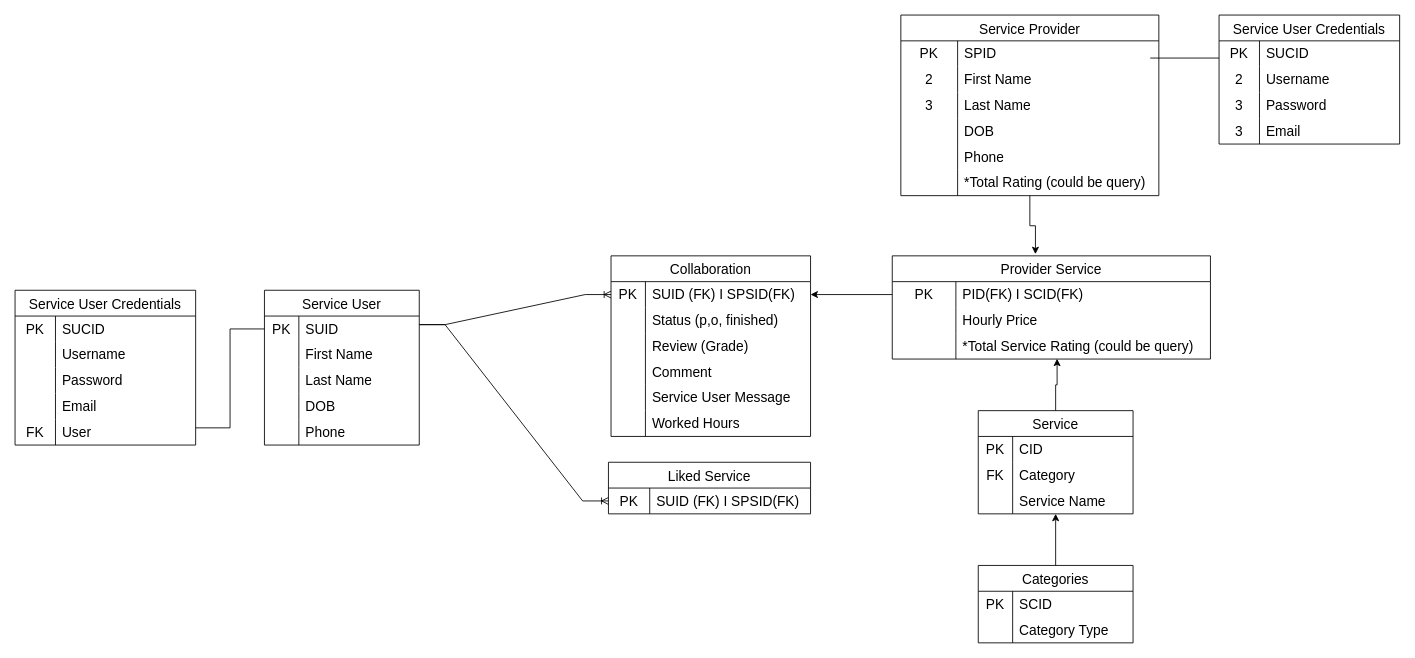
Earlier version of the draw.io diagram Inwousluga.drawio (AndNijaz/Inwobill). Source tidied: cells renumbered, new cells numbered last; positions are measured from the earlier drawing's top-left corner, leaving out a move shared by most shapes. Both pictures are drawn from the tidied source at 86%, with x=0, y=0 at pixel (15, 15).
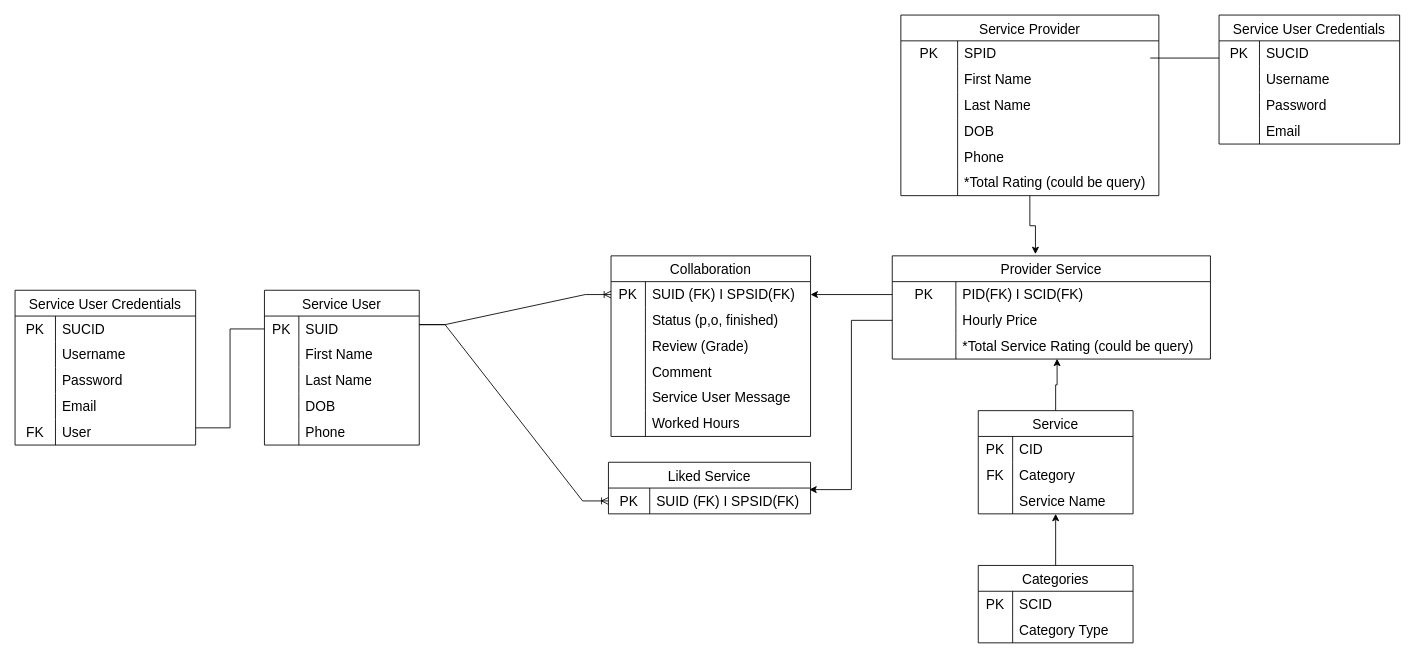
After the change.

Unchanged cells that the change refers to:
```xml
<mxCell id="22" style="shape=tableRow;horizontal=0;startSize=0;swimlaneHead=0;swimlaneBody=0;top=0;left=0;bottom=0;right=0;fillColor=none;strokeColor=inherit;fontSize=16;" parent="18" vertex="1">
  <mxGeometry y="60" width="300" height="30" as="geometry" />
</mxCell>
<mxCell id="25" style="shape=tableRow;horizontal=0;startSize=0;swimlaneHead=0;swimlaneBody=0;top=0;left=0;bottom=0;right=0;fillColor=none;strokeColor=inherit;fontSize=16;" parent="18" vertex="1">
  <mxGeometry y="90" width="300" height="30" as="geometry" />
</mxCell>
<mxCell id="48" style="shape=tableRow;horizontal=0;startSize=0;swimlaneHead=0;swimlaneBody=0;top=0;left=0;bottom=0;right=0;fillColor=none;points=[[0,0.5],[1,0.5]];portConstraint=eastwest;strokeColor=inherit;fontSize=16;" parent="44" vertex="1">
  <mxGeometry y="60" width="370" height="30" as="geometry" />
</mxCell>
<mxCell id="56" style="shape=tableRow;horizontal=0;startSize=0;swimlaneHead=0;swimlaneBody=0;top=0;left=0;bottom=0;right=0;fillColor=none;points=[[0,0.5],[1,0.5]];portConstraint=eastwest;strokeColor=inherit;fontSize=16;" parent="55" vertex="1">
  <mxGeometry y="30" width="235" height="30" as="geometry" />
</mxCell>
<mxCell id="109" style="shape=tableRow;horizontal=0;startSize=0;swimlaneHead=0;swimlaneBody=0;top=0;left=0;bottom=0;right=0;fillColor=none;strokeColor=inherit;fontSize=16;" parent="105" vertex="1">
  <mxGeometry y="60" width="210" height="30" as="geometry" />
</mxCell>
<mxCell id="112" style="shape=tableRow;horizontal=0;startSize=0;swimlaneHead=0;swimlaneBody=0;top=0;left=0;bottom=0;right=0;fillColor=none;strokeColor=inherit;fontSize=16;" parent="105" vertex="1">
  <mxGeometry y="90" width="210" height="30" as="geometry" />
</mxCell>
<mxCell id="115" style="shape=tableRow;horizontal=0;startSize=0;swimlaneHead=0;swimlaneBody=0;top=0;left=0;bottom=0;right=0;fillColor=none;strokeColor=inherit;fontSize=16;" parent="105" vertex="1">
  <mxGeometry y="120" width="210" height="30" as="geometry" />
</mxCell>
```

The edit, as a diff of the source:
```diff
@@
-    <mxCell id="23" value="2" style="shape=partialRectangle;html=1;whiteSpace=wrap;fillColor=none;top=0;left=0;bottom=0;right=0;overflow=hidden;strokeColor=inherit;fontSize=16;" parent="22" vertex="1">
+    <mxCell id="23" style="shape=partialRectangle;html=1;whiteSpace=wrap;fillColor=none;top=0;left=0;bottom=0;right=0;overflow=hidden;strokeColor=inherit;fontSize=16;" parent="22" vertex="1">
       <mxGeometry width="66" height="30" as="geometry" />
     </mxCell>
@@
-    <mxCell id="26" value="3" style="shape=partialRectangle;html=1;whiteSpace=wrap;fillColor=none;top=0;left=0;bottom=0;right=0;overflow=hidden;strokeColor=inherit;fontSize=16;" parent="25" vertex="1">
+    <mxCell id="26" style="shape=partialRectangle;html=1;whiteSpace=wrap;fillColor=none;top=0;left=0;bottom=0;right=0;overflow=hidden;strokeColor=inherit;fontSize=16;" parent="25" vertex="1">
       <mxGeometry width="66" height="30" as="geometry" />
     </mxCell>
@@
-    <mxCell id="110" value="2" style="shape=partialRectangle;html=1;whiteSpace=wrap;fillColor=none;top=0;left=0;bottom=0;right=0;overflow=hidden;strokeColor=inherit;fontSize=16;" parent="109" vertex="1">
+    <mxCell id="110" style="shape=partialRectangle;html=1;whiteSpace=wrap;fillColor=none;top=0;left=0;bottom=0;right=0;overflow=hidden;strokeColor=inherit;fontSize=16;" parent="109" vertex="1">
       <mxGeometry width="47" height="30" as="geometry" />
     </mxCell>
@@
-    <mxCell id="113" value="3" style="shape=partialRectangle;html=1;whiteSpace=wrap;fillColor=none;top=0;left=0;bottom=0;right=0;overflow=hidden;strokeColor=inherit;fontSize=16;" parent="112" vertex="1">
+    <mxCell id="113" style="shape=partialRectangle;html=1;whiteSpace=wrap;fillColor=none;top=0;left=0;bottom=0;right=0;overflow=hidden;strokeColor=inherit;fontSize=16;" parent="112" vertex="1">
       <mxGeometry width="47" height="30" as="geometry" />
     </mxCell>
@@
-    <mxCell id="116" value="3" style="shape=partialRectangle;html=1;whiteSpace=wrap;fillColor=none;top=0;left=0;bottom=0;right=0;overflow=hidden;strokeColor=inherit;fontSize=16;" parent="115" vertex="1">
+    <mxCell id="116" style="shape=partialRectangle;html=1;whiteSpace=wrap;fillColor=none;top=0;left=0;bottom=0;right=0;overflow=hidden;strokeColor=inherit;fontSize=16;" parent="115" vertex="1">
       <mxGeometry width="47" height="30" as="geometry" />
     </mxCell>
@@
+    <mxCell id="124" style="edgeStyle=orthogonalEdgeStyle;rounded=0;jettySize=auto;html=1;entryX=0.994;entryY=0.061;entryDx=0;entryDy=0;entryPerimeter=0;" parent="1" edge="1" source="48" target="56">
+      <mxGeometry relative="1" as="geometry" />
+    </mxCell>
```
